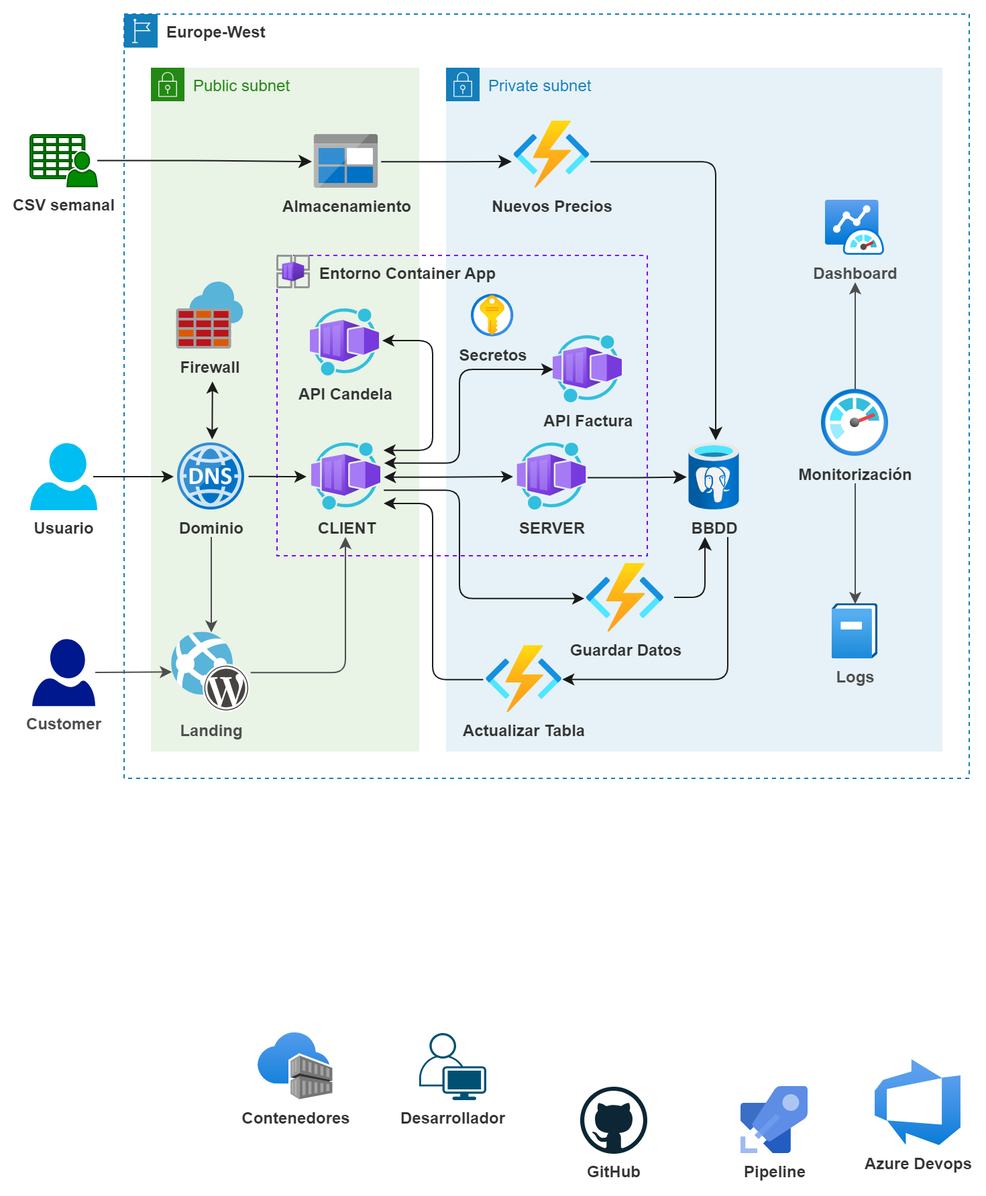
Before: Arquitectura/diagrama-arquitectura-Propuesta.png, a diagram exported from draw.io (Desafio-TheBridge-Grupo3/CLOUD-desafioG3). Source tidied: cells renumbered, new cells last; positions are measured from the earlier drawing's top-left corner, leaving out a move shared by most shapes. The source it was exported from:
```xml
<mxGraphModel background="#ffffff">
  <root>
    <mxCell id="0" />
    <mxCell id="1" parent="0" />
    <mxCell id="2" value="Public subnet" style="gradientColor=none;html=1;whiteSpace=wrap;fontSize=12;fontStyle=0;shape=mxgraph.aws4.group;grIcon=mxgraph.aws4.group_security_group;grStroke=0;strokeColor=#248814;fillColor=#E9F3E6;verticalAlign=top;align=left;spacingLeft=30;fontColor=#248814;dashed=0;labelBackgroundColor=none;strokeWidth=2;" parent="1" vertex="1">
      <mxGeometry x="90" y="40" width="200" height="510" as="geometry" />
    </mxCell>
    <mxCell id="3" value="Private subnet" style="gradientColor=none;html=1;whiteSpace=wrap;fontSize=12;fontStyle=0;shape=mxgraph.aws4.group;grIcon=mxgraph.aws4.group_security_group;grStroke=0;strokeColor=#147EBA;fillColor=#E6F2F8;verticalAlign=top;align=left;spacingLeft=30;fontColor=#147EBA;dashed=0;labelBackgroundColor=none;strokeWidth=2;" parent="1" vertex="1">
      <mxGeometry x="310" y="40" width="370" height="510" as="geometry" />
    </mxCell>
    <mxCell id="4" value="&lt;span style=&quot;font-weight: 700;&quot;&gt;&amp;nbsp; &amp;nbsp; &amp;nbsp; &amp;nbsp; &amp;nbsp;Entorno Container App&lt;/span&gt;" style="rounded=0;whiteSpace=wrap;html=1;labelBackgroundColor=none;fontColor=#333333;fillColor=none;dashed=1;align=left;verticalAlign=top;strokeColor=#7F00FF;" parent="1" vertex="1">
      <mxGeometry x="184" y="180" width="276" height="224" as="geometry" />
    </mxCell>
    <mxCell id="5" style="edgeStyle=elbowEdgeStyle;html=1;fontColor=#333333;startArrow=classic;startFill=1;endArrow=classic;endFill=1;exitX=1.042;exitY=0.507;exitDx=0;exitDy=0;exitPerimeter=0;strokeColor=#1A1A1A;labelBackgroundColor=none;" parent="1" edge="1" source="6">
      <mxGeometry relative="1" as="geometry">
        <mxPoint x="360" y="345" as="targetPoint" />
      </mxGeometry>
    </mxCell>
    <mxCell id="6" value="CLIENT" style="html=1;points=[];align=center;image;fontSize=12;image=img/lib/azure2/other/Worker_Container_App.svg;fontStyle=1;fontColor=#333333;labelBackgroundColor=none;" parent="1" vertex="1">
      <mxGeometry x="210" y="320" width="51.5" height="50" as="geometry" />
    </mxCell>
    <mxCell id="7" style="edgeStyle=orthogonalEdgeStyle;html=1;strokeColor=#4D4D4D;" parent="1" edge="1" source="9">
      <mxGeometry relative="1" as="geometry">
        <mxPoint x="615" y="200" as="targetPoint" />
      </mxGeometry>
    </mxCell>
    <mxCell id="8" style="edgeStyle=orthogonalEdgeStyle;html=1;entryX=0.5;entryY=0;entryDx=0;entryDy=0;entryPerimeter=0;strokeColor=#4D4D4D;" parent="1" edge="1" target="44">
      <mxGeometry relative="1" as="geometry">
        <mxPoint x="615" y="350" as="sourcePoint" />
      </mxGeometry>
    </mxCell>
    <mxCell id="9" value="Monitorización" style="html=1;points=[];align=center;image;fontSize=12;image=img/lib/azure2/management_governance/Monitor.svg;fontStyle=1;fontColor=#333333;labelBackgroundColor=none;" parent="1" vertex="1">
      <mxGeometry x="590" y="280" width="50" height="50" as="geometry" />
    </mxCell>
    <mxCell id="10" value="BBDD" style="html=1;points=[];align=center;image;fontSize=12;image=img/lib/azure2/databases/Azure_Database_PostgreSQL_Server.svg;fontStyle=1;fontColor=#333333;labelBackgroundColor=none;" parent="1" vertex="1">
      <mxGeometry x="491.2" y="320" width="37.5" height="50" as="geometry" />
    </mxCell>
    <mxCell id="11" value="Europe-West" style="gradientColor=none;html=1;whiteSpace=wrap;fontSize=12;fontStyle=1;shape=mxgraph.aws4.group;grIcon=mxgraph.aws4.group_region;strokeColor=#147EBA;fillColor=none;verticalAlign=top;align=left;spacingLeft=30;fontColor=#333333;dashed=1;labelBackgroundColor=none;" parent="1" vertex="1">
      <mxGeometry x="70" width="630" height="570" as="geometry" />
    </mxCell>
    <mxCell id="12" style="edgeStyle=elbowEdgeStyle;html=1;fontColor=#333333;startArrow=classic;startFill=1;endArrow=classic;endFill=1;exitX=0.513;exitY=0.004;exitDx=0;exitDy=0;exitPerimeter=0;strokeColor=#1A1A1A;labelBackgroundColor=none;" parent="1" edge="1">
      <mxGeometry relative="1" as="geometry">
        <mxPoint x="135.7" y="317.2" as="sourcePoint" />
        <mxPoint x="135.2" y="274" as="targetPoint" />
      </mxGeometry>
    </mxCell>
    <mxCell id="13" style="edgeStyle=elbowEdgeStyle;html=1;fontColor=#333333;startArrow=none;startFill=0;endArrow=classic;endFill=1;exitX=1.016;exitY=0.498;exitDx=0;exitDy=0;exitPerimeter=0;strokeColor=#1A1A1A;labelBackgroundColor=none;" parent="1" edge="1">
      <mxGeometry relative="1" as="geometry">
        <mxPoint x="162.8" y="344.9" as="sourcePoint" />
        <mxPoint x="206" y="345" as="targetPoint" />
      </mxGeometry>
    </mxCell>
    <mxCell id="14" style="edgeStyle=none;html=1;strokeColor=#4D4D4D;fontColor=#4D4D4D;" parent="1" edge="1" target="40">
      <mxGeometry relative="1" as="geometry">
        <mxPoint x="135" y="390" as="sourcePoint" />
      </mxGeometry>
    </mxCell>
    <mxCell id="15" value="Dominio" style="sketch=0;html=1;align=center;image;fontSize=12;image=img/lib/mscae/DNS.svg;dashed=1;dashPattern=1 2;labelBackgroundColor=none;fontColor=#333333;fillColor=none;fontStyle=1;" parent="1" vertex="1">
      <mxGeometry x="110" y="320" width="50" height="50" as="geometry" />
    </mxCell>
    <mxCell id="16" value="Secretos" style="html=1;align=center;image;fontSize=12;image=img/lib/azure2/security/Key_Vaults.svg;fontStyle=1;fontColor=#333333;labelBackgroundColor=none;" parent="1" vertex="1">
      <mxGeometry x="329" y="209.2" width="31.7" height="31.7" as="geometry" />
    </mxCell>
    <mxCell id="17" value="Firewall" style="sketch=0;html=1;align=center;image;fontSize=12;image=img/lib/mscae/Azure_Firewall.svg;dashed=1;dashPattern=1 2;labelBackgroundColor=none;fontColor=#333333;fillColor=none;fontStyle=1;" parent="1" vertex="1">
      <mxGeometry x="109.2" y="200" width="50" height="50" as="geometry" />
    </mxCell>
    <mxCell id="18" style="edgeStyle=elbowEdgeStyle;html=1;fontColor=#333333;startArrow=none;startFill=0;endArrow=classic;endFill=1;endSize=7;strokeColor=#1A1A1A;labelBackgroundColor=none;" parent="1" edge="1" source="19">
      <mxGeometry relative="1" as="geometry">
        <mxPoint x="210" y="110" as="targetPoint" />
      </mxGeometry>
    </mxCell>
    <mxCell id="19" value="CSV semanal" style="sketch=0;shadow=0;dashed=0;html=1;strokeColor=#005700;fillColor=#008a00;labelPosition=center;verticalLabelPosition=bottom;verticalAlign=top;outlineConnect=0;align=center;shape=mxgraph.office.users.csv_file;labelBackgroundColor=none;fontColor=#333333;fontStyle=1;" parent="1" vertex="1">
      <mxGeometry y="90" width="50" height="38.6" as="geometry" />
    </mxCell>
    <mxCell id="20" style="edgeStyle=elbowEdgeStyle;html=1;fontColor=#333333;startArrow=none;startFill=0;endArrow=classic;endFill=1;endSize=7;exitX=0.98;exitY=0.504;exitDx=0;exitDy=0;exitPerimeter=0;strokeColor=#1A1A1A;labelBackgroundColor=none;" parent="1" edge="1">
      <mxGeometry relative="1" as="geometry">
        <mxPoint x="261.6" y="110.2" as="sourcePoint" />
        <mxPoint x="359" y="110" as="targetPoint" />
      </mxGeometry>
    </mxCell>
    <mxCell id="21" value="Almacenamiento" style="sketch=0;html=1;align=center;image;fontSize=12;image=img/lib/mscae/BlobBlock.svg;fontStyle=1;fontColor=#333333;labelBackgroundColor=none;" parent="1" vertex="1">
      <mxGeometry x="211.9" y="90" width="47.6" height="40" as="geometry" />
    </mxCell>
    <mxCell id="22" style="edgeStyle=elbowEdgeStyle;html=1;entryX=0.52;entryY=-0.043;entryDx=0;entryDy=0;entryPerimeter=0;fontColor=#333333;startArrow=none;startFill=0;endArrow=classic;endFill=1;endSize=7;exitX=1.006;exitY=0.603;exitDx=0;exitDy=0;exitPerimeter=0;strokeColor=#1A1A1A;labelBackgroundColor=none;" parent="1" edge="1" source="23" target="10">
      <mxGeometry relative="1" as="geometry">
        <Array as="points">
          <mxPoint x="511" y="220" />
        </Array>
      </mxGeometry>
    </mxCell>
    <mxCell id="23" value="Nuevos Precios" style="html=1;points=[];align=center;image;fontSize=12;image=img/lib/azure2/compute/Function_Apps.svg;fontStyle=1;fontColor=#333333;labelBackgroundColor=none;" parent="1" vertex="1">
      <mxGeometry x="360.7" y="80" width="56.7" height="50" as="geometry" />
    </mxCell>
    <mxCell id="24" style="edgeStyle=elbowEdgeStyle;html=1;fontColor=#333333;startArrow=classic;startFill=1;endArrow=classic;endFill=1;exitX=1.036;exitY=0.107;exitDx=0;exitDy=0;exitPerimeter=0;entryX=1.037;entryY=0.471;entryDx=0;entryDy=0;entryPerimeter=0;strokeColor=#1A1A1A;labelBackgroundColor=none;" parent="1" edge="1" source="6" target="30">
      <mxGeometry relative="1" as="geometry">
        <Array as="points">
          <mxPoint x="300" y="220" />
          <mxPoint x="300" y="325" />
          <mxPoint x="280" y="325" />
          <mxPoint x="290" y="225" />
          <mxPoint x="310" y="295" />
          <mxPoint x="290" y="245" />
        </Array>
      </mxGeometry>
    </mxCell>
    <mxCell id="25" style="edgeStyle=elbowEdgeStyle;html=1;fontColor=#333333;startArrow=classic;startFill=1;endArrow=classic;endFill=1;exitX=1.045;exitY=0.298;exitDx=0;exitDy=0;exitPerimeter=0;strokeColor=#1A1A1A;labelBackgroundColor=none;" parent="1" edge="1" source="6" target="35">
      <mxGeometry relative="1" as="geometry">
        <Array as="points">
          <mxPoint x="320" y="330" />
          <mxPoint x="350" y="285" />
          <mxPoint x="310" y="270" />
          <mxPoint x="310" y="310" />
          <mxPoint x="310" y="335" />
          <mxPoint x="310" y="295" />
          <mxPoint x="310" y="315" />
          <mxPoint x="300" y="335" />
          <mxPoint x="320" y="295" />
          <mxPoint x="320" y="305" />
          <mxPoint x="310" y="305" />
        </Array>
      </mxGeometry>
    </mxCell>
    <mxCell id="26" style="edgeStyle=elbowEdgeStyle;html=1;fontColor=#333333;startArrow=none;startFill=0;endArrow=classic;endFill=1;exitX=1.04;exitY=0.703;exitDx=0;exitDy=0;exitPerimeter=0;entryX=-0.03;entryY=0.506;entryDx=0;entryDy=0;entryPerimeter=0;strokeColor=#1A1A1A;labelBackgroundColor=none;" parent="1" edge="1" source="6" target="37">
      <mxGeometry relative="1" as="geometry">
        <Array as="points">
          <mxPoint x="320" y="390" />
          <mxPoint x="310" y="405" />
          <mxPoint x="310" y="385" />
          <mxPoint x="300" y="355" />
          <mxPoint x="320" y="405" />
          <mxPoint x="320" y="385" />
          <mxPoint x="310" y="395" />
        </Array>
      </mxGeometry>
    </mxCell>
    <mxCell id="27" style="edgeStyle=elbowEdgeStyle;html=1;entryX=-0.041;entryY=0.503;entryDx=0;entryDy=0;entryPerimeter=0;fontColor=#333333;startArrow=classic;startFill=1;endArrow=none;endFill=0;strokeColor=#1A1A1A;labelBackgroundColor=none;" parent="1" edge="1" target="34">
      <mxGeometry relative="1" as="geometry">
        <mxPoint x="263.5" y="365" as="sourcePoint" />
        <Array as="points">
          <mxPoint x="300" y="430" />
          <mxPoint x="282" y="365" />
          <mxPoint x="292" y="405" />
          <mxPoint x="312" y="455" />
          <mxPoint x="292" y="445" />
        </Array>
      </mxGeometry>
    </mxCell>
    <mxCell id="28" style="edgeStyle=elbowEdgeStyle;html=1;entryX=-0.049;entryY=0.506;entryDx=0;entryDy=0;entryPerimeter=0;fontColor=#333333;startArrow=none;startFill=0;endArrow=classic;endFill=1;endSize=7;exitX=1.014;exitY=0.514;exitDx=0;exitDy=0;exitPerimeter=0;strokeColor=#1A1A1A;labelBackgroundColor=none;" parent="1" edge="1" source="29" target="10">
      <mxGeometry relative="1" as="geometry" />
    </mxCell>
    <mxCell id="29" value="SERVER" style="html=1;points=[];align=center;image;fontSize=12;image=img/lib/azure2/other/Worker_Container_App.svg;fontStyle=1;fontColor=#333333;labelBackgroundColor=none;" parent="1" vertex="1">
      <mxGeometry x="363.2" y="320" width="51.5" height="50" as="geometry" />
    </mxCell>
    <mxCell id="30" value="API Candela" style="html=1;points=[];align=center;image;fontSize=12;image=img/lib/azure2/other/Worker_Container_App.svg;fontStyle=1;fontColor=#333333;labelBackgroundColor=none;" parent="1" vertex="1">
      <mxGeometry x="209" y="220" width="51.5" height="50" as="geometry" />
    </mxCell>
    <mxCell id="31" style="edgeStyle=elbowEdgeStyle;html=1;fontColor=#333333;startArrow=none;startFill=0;endArrow=classic;endFill=1;strokeColor=#1A1A1A;labelBackgroundColor=none;" parent="1" edge="1">
      <mxGeometry relative="1" as="geometry">
        <mxPoint x="47" y="345" as="sourcePoint" />
        <mxPoint x="107" y="345" as="targetPoint" />
      </mxGeometry>
    </mxCell>
    <mxCell id="32" value="Usuario" style="verticalLabelPosition=bottom;html=1;verticalAlign=top;align=center;strokeColor=none;fillColor=#00BEF2;shape=mxgraph.azure.user;fontStyle=1;fontColor=#333333;labelBackgroundColor=none;" parent="1" vertex="1">
      <mxGeometry y="320" width="50" height="50" as="geometry" />
    </mxCell>
    <mxCell id="33" style="edgeStyle=orthogonalEdgeStyle;rounded=1;html=1;strokeColor=#1A1A1A;fontColor=#333333;startArrow=classic;startFill=1;endArrow=none;endFill=0;endSize=7;labelBackgroundColor=none;" parent="1" edge="1" source="34">
      <mxGeometry relative="1" as="geometry">
        <mxPoint x="520" y="390" as="targetPoint" />
        <Array as="points">
          <mxPoint x="520" y="496" />
        </Array>
      </mxGeometry>
    </mxCell>
    <mxCell id="34" value="Actualizar Tabla" style="html=1;points=[];align=center;image;fontSize=12;image=img/lib/azure2/iot/Function_Apps.svg;fontStyle=1;fontColor=#333333;labelBackgroundColor=none;" parent="1" vertex="1">
      <mxGeometry x="340" y="471.2" width="56.7" height="50" as="geometry" />
    </mxCell>
    <mxCell id="35" value="API Factura" style="html=1;points=[];align=center;image;fontSize=12;image=img/lib/azure2/other/Worker_Container_App.svg;fontStyle=1;fontColor=#333333;labelBackgroundColor=none;" parent="1" vertex="1">
      <mxGeometry x="390" y="240" width="51.5" height="50" as="geometry" />
    </mxCell>
    <mxCell id="36" style="edgeStyle=elbowEdgeStyle;html=1;fontColor=#333333;startArrow=none;startFill=0;endArrow=classic;endFill=1;endSize=7;strokeColor=#1A1A1A;labelBackgroundColor=none;" parent="1" edge="1">
      <mxGeometry relative="1" as="geometry">
        <mxPoint x="480" y="435" as="sourcePoint" />
        <mxPoint x="503" y="390" as="targetPoint" />
        <Array as="points">
          <mxPoint x="503" y="410" />
        </Array>
      </mxGeometry>
    </mxCell>
    <mxCell id="37" value="Guardar Datos" style="html=1;points=[];align=center;image;fontSize=12;image=img/lib/azure2/iot/Function_Apps.svg;fontStyle=1;fontColor=#333333;labelBackgroundColor=none;" parent="1" vertex="1">
      <mxGeometry x="414.8" y="410" width="58" height="51.2" as="geometry" />
    </mxCell>
    <mxCell id="38" style="html=1;align=center;image;fontSize=12;image=img/lib/azure2/other/Container_App_Environments.svg;fontStyle=1;fontColor=#333333;labelBackgroundColor=none;" parent="1" vertex="1">
      <mxGeometry x="184" y="180" width="25" height="25" as="geometry" />
    </mxCell>
    <mxCell id="39" style="edgeStyle=orthogonalEdgeStyle;html=1;strokeColor=#4D4D4D;fontColor=#4D4D4D;" parent="1" edge="1" source="40">
      <mxGeometry relative="1" as="geometry">
        <mxPoint x="235" y="390" as="targetPoint" />
      </mxGeometry>
    </mxCell>
    <mxCell id="40" value="Landing" style="sketch=0;html=1;points=[];align=center;image;fontSize=12;image=img/lib/mscae/WebAppWordPress.svg;labelBackgroundColor=none;fontColor=#4D4D4D;fontStyle=1;" parent="1" vertex="1">
      <mxGeometry x="105.6" y="461.2" width="58.8" height="60" as="geometry" />
    </mxCell>
    <mxCell id="41" style="edgeStyle=none;html=1;entryX=0.001;entryY=0.491;entryDx=0;entryDy=0;entryPerimeter=0;fontColor=#4D4D4D;strokeColor=#4D4D4D;" parent="1" edge="1" source="42" target="40">
      <mxGeometry relative="1" as="geometry" />
    </mxCell>
    <mxCell id="42" value="Customer" style="sketch=0;shadow=0;dashed=0;html=1;strokeColor=none;labelPosition=center;verticalLabelPosition=bottom;verticalAlign=top;align=center;fillColor=#00188D;shape=mxgraph.azure.user;labelBackgroundColor=none;fontColor=#4D4D4D;fontStyle=1;" parent="1" vertex="1">
      <mxGeometry x="1.5" y="466.2" width="47" height="50" as="geometry" />
    </mxCell>
    <mxCell id="43" value="Dashboard" style="html=1;align=center;image;fontSize=12;image=img/lib/azure2/other/Azure_Monitor_Dashboard.svg;labelBackgroundColor=none;strokeColor=#008A00;strokeWidth=1;fontColor=#4D4D4D;fillColor=default;gradientColor=none;fontStyle=1;" parent="1" vertex="1">
      <mxGeometry x="592.9" y="139" width="44.1" height="41" as="geometry" />
    </mxCell>
    <mxCell id="44" value="Logs" style="html=1;points=[];align=center;image;fontSize=12;image=img/lib/azure2/management_governance/Operation_Log_Classic.svg;labelBackgroundColor=none;strokeColor=#008A00;strokeWidth=1;fontColor=#4D4D4D;fillColor=default;gradientColor=none;fontStyle=1;" parent="1" vertex="1">
      <mxGeometry x="597.9" y="440" width="34.3" height="41" as="geometry" />
    </mxCell>
    <mxCell id="45" value="Contenedores" style="html=1;align=center;image;fontSize=12;image=img/lib/azure2/containers/Container_Registries.svg;fontStyle=1;fontColor=#333333;labelBackgroundColor=#FFFFFF;" parent="1" vertex="1">
      <mxGeometry x="170" y="760" width="55.7" height="50" as="geometry" />
    </mxCell>
    <mxCell id="46" value="Desarrollador" style="verticalLabelPosition=bottom;sketch=0;html=1;verticalAlign=top;align=center;shape=mxgraph.cisco19.user;fillColor=#005073;strokeColor=none;fontStyle=1;fontColor=#333333;labelBackgroundColor=#FFFFFF;" parent="1" vertex="1">
      <mxGeometry x="290" y="760" width="50" height="50" as="geometry" />
    </mxCell>
    <mxCell id="47" value="GitHub" style="dashed=0;html=1;align=center;labelPosition=center;verticalLabelPosition=bottom;verticalAlign=top;shape=mxgraph.weblogos.github;fontStyle=1;fontColor=#333333;labelBackgroundColor=#FFFFFF;" parent="1" vertex="1">
      <mxGeometry x="410" y="800" width="50" height="50" as="geometry" />
    </mxCell>
    <mxCell id="48" value="Pipeline" style="sketch=0;html=1;align=center;image;fontSize=12;image=img/lib/mscae/Azure_Pipelines.svg;fontStyle=1;fontColor=#333333;labelBackgroundColor=#FFFFFF;" parent="1" vertex="1">
      <mxGeometry x="530" y="800" width="50" height="50" as="geometry" />
    </mxCell>
    <mxCell id="49" value="Azure Devops" style="html=1;align=center;image;fontSize=12;image=img/lib/azure2/devops/Azure_DevOps.svg;fontStyle=1;fontColor=#333333;labelBackgroundColor=#FFFFFF;" parent="1" vertex="1">
      <mxGeometry x="630" y="780" width="64" height="64" as="geometry" />
    </mxCell>
  </root>
</mxGraphModel>
```
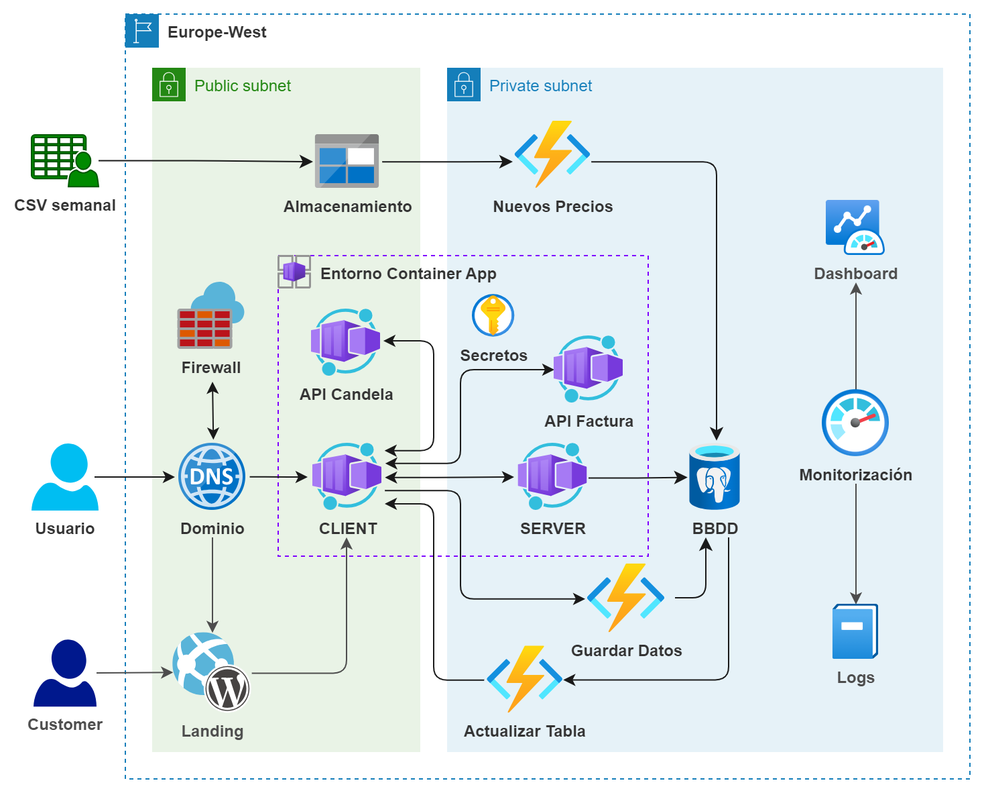
Above is the later version.

The edit, as a diff of the source:
```diff
@@ -212,20 +212,5 @@
     <mxCell id="44" value="Logs" style="html=1;points=[];align=center;image;fontSize=12;image=img/lib/azure2/management_governance/Operation_Log_Classic.svg;labelBackgroundColor=none;strokeColor=#008A00;strokeWidth=1;fontColor=#4D4D4D;fillColor=default;gradientColor=none;fontStyle=1;" parent="1" vertex="1">
       <mxGeometry x="597.9" y="440" width="34.3" height="41" as="geometry" />
     </mxCell>
-    <mxCell id="45" value="Contenedores" style="html=1;align=center;image;fontSize=12;image=img/lib/azure2/containers/Container_Registries.svg;fontStyle=1;fontColor=#333333;labelBackgroundColor=#FFFFFF;" parent="1" vertex="1">
-      <mxGeometry x="170" y="760" width="55.7" height="50" as="geometry" />
-    </mxCell>
-    <mxCell id="46" value="Desarrollador" style="verticalLabelPosition=bottom;sketch=0;html=1;verticalAlign=top;align=center;shape=mxgraph.cisco19.user;fillColor=#005073;strokeColor=none;fontStyle=1;fontColor=#333333;labelBackgroundColor=#FFFFFF;" parent="1" vertex="1">
-      <mxGeometry x="290" y="760" width="50" height="50" as="geometry" />
-    </mxCell>
-    <mxCell id="47" value="GitHub" style="dashed=0;html=1;align=center;labelPosition=center;verticalLabelPosition=bottom;verticalAlign=top;shape=mxgraph.weblogos.github;fontStyle=1;fontColor=#333333;labelBackgroundColor=#FFFFFF;" parent="1" vertex="1">
-      <mxGeometry x="410" y="800" width="50" height="50" as="geometry" />
-    </mxCell>
-    <mxCell id="48" value="Pipeline" style="sketch=0;html=1;align=center;image;fontSize=12;image=img/lib/mscae/Azure_Pipelines.svg;fontStyle=1;fontColor=#333333;labelBackgroundColor=#FFFFFF;" parent="1" vertex="1">
-      <mxGeometry x="530" y="800" width="50" height="50" as="geometry" />
-    </mxCell>
-    <mxCell id="49" value="Azure Devops" style="html=1;align=center;image;fontSize=12;image=img/lib/azure2/devops/Azure_DevOps.svg;fontStyle=1;fontColor=#333333;labelBackgroundColor=#FFFFFF;" parent="1" vertex="1">
-      <mxGeometry x="630" y="780" width="64" height="64" as="geometry" />
-    </mxCell>
   </root>
 </mxGraphModel>
```
